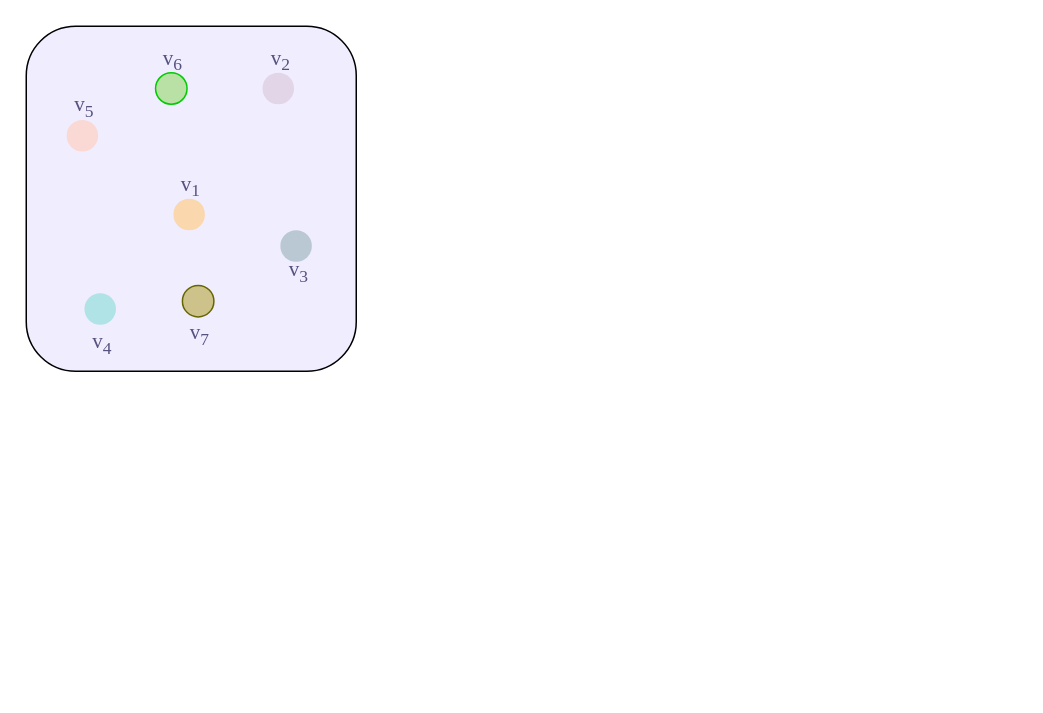
xuliji/EassyImage keeps this draw.io diagram as 图预处理模块.drawio. Above is the earlier version. Source tidied: cells renumbered, new cells numbered last; positions are measured from the earlier drawing's top-left corner, leaving out a move shared by most shapes. Both pictures are drawn from the tidied source at 150%, with x=0, y=0 at pixel (26, 26).
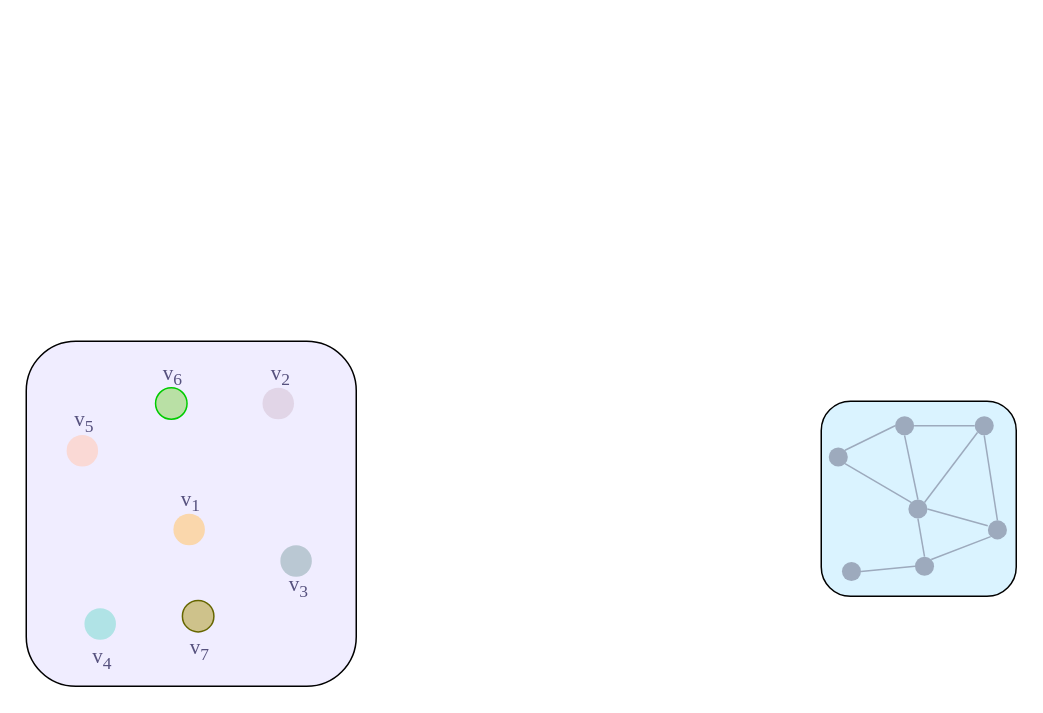
Above is the later version.

Commit message (it also covers changes not shown here):
更新图预处理模块.drawio

What changed in the source:
```diff
@@
+    <mxCell id="18" style="group;" parent="1" vertex="1">
+      <mxGeometry x="530" y="250" width="130" height="130" as="geometry" />
+    </mxCell>
+    <mxCell id="19" style="rounded=1;whiteSpace=wrap;html=1;shadow=0;sketch=0;strokeColor=default;strokeWidth=1;fontFamily=Times New Roman;fontSize=18;fontColor=#56517e;fillColor=#DAF3FF;" parent="18" vertex="1">
+      <mxGeometry width="130" height="130" as="geometry" />
+    </mxCell>
+    <mxCell id="20" style="group;" parent="18" vertex="1">
+      <mxGeometry x="5" y="10" width="120" height="110" as="geometry" />
+    </mxCell>
+    <mxCell id="21" style="ellipse;whiteSpace=wrap;html=1;fillColor=#9DAABD;strokeColor=none;direction=east;rounded=0;shadow=0;sketch=0;strokeWidth=2;fontFamily=Times New Roman;fontSize=18;fontColor=#56517e;" parent="20" vertex="1">
+      <mxGeometry x="97.3" width="12.7" height="12.7" as="geometry" />
+    </mxCell>
+    <mxCell id="22" style="ellipse;whiteSpace=wrap;html=1;fillColor=#9DAABD;strokeColor=none;rounded=0;shadow=0;sketch=0;strokeWidth=2;fontFamily=Times New Roman;fontSize=18;fontColor=#56517e;" parent="20" vertex="1">
+      <mxGeometry x="53.1" y="55.5" width="12.7" height="12.7" as="geometry" />
+    </mxCell>
+    <mxCell id="23" style="ellipse;whiteSpace=wrap;html=1;fillColor=#9DAABD;strokeColor=none;rounded=0;shadow=0;sketch=0;strokeWidth=2;fontFamily=Times New Roman;fontSize=18;fontColor=#56517e;" parent="20" vertex="1">
+      <mxGeometry x="106.1" y="69.4" width="12.7" height="12.7" as="geometry" />
+    </mxCell>
+    <mxCell id="24" style="ellipse;whiteSpace=wrap;html=1;fillColor=#9DAABD;strokeColor=none;rounded=0;shadow=0;sketch=0;strokeWidth=2;fontFamily=Times New Roman;fontSize=18;fontColor=#56517e;" parent="20" vertex="1">
+      <mxGeometry y="20.8" width="12.7" height="12.7" as="geometry" />
+    </mxCell>
+    <mxCell id="25" style="ellipse;whiteSpace=wrap;html=1;fillColor=#9DAABD;strokeColor=none;rounded=0;shadow=0;sketch=0;strokeWidth=2;fontFamily=Times New Roman;fontSize=18;fontColor=#56517e;" parent="20" vertex="1">
+      <mxGeometry x="8.8" y="97.1" width="12.7" height="12.7" as="geometry" />
+    </mxCell>
+    <mxCell id="26" style="ellipse;whiteSpace=wrap;html=1;fillColor=#9DAABD;strokeColor=none;rounded=0;shadow=0;sketch=0;strokeWidth=1;fontFamily=Times New Roman;fontSize=18;fontColor=#56517e;" parent="20" vertex="1">
+      <mxGeometry x="44.2" width="12.7" height="12.7" as="geometry" />
+    </mxCell>
+    <mxCell id="27" style="ellipse;whiteSpace=wrap;html=1;fillColor=#9DAABD;strokeColor=none;rounded=0;shadow=0;sketch=0;strokeWidth=1;fontFamily=Times New Roman;fontSize=18;" parent="20" vertex="1">
+      <mxGeometry x="57.5" y="93.6" width="12.7" height="12.7" as="geometry" />
+    </mxCell>
+    <mxCell id="28" style="endArrow=none;html=1;rounded=1;exitX=0.5;exitY=1;exitDx=0;exitDy=0;entryX=0.5;entryY=0;entryDx=0;entryDy=0;strokeColor=#9DAABD;" parent="20" edge="1" source="21" target="23">
+      <mxGeometry relative="1" as="geometry" />
+    </mxCell>
+    <mxCell id="29" style="endArrow=none;html=1;rounded=1;exitX=1;exitY=0.5;exitDx=0;exitDy=0;entryX=0;entryY=0.5;entryDx=0;entryDy=0;strokeColor=#9DAABD;" parent="20" edge="1" source="26" target="21">
+      <mxGeometry relative="1" as="geometry" />
+    </mxCell>
+    <mxCell id="30" style="endArrow=none;html=1;rounded=1;entryX=0;entryY=1;entryDx=0;entryDy=0;exitX=1;exitY=0;exitDx=0;exitDy=0;strokeColor=#9DAABD;" parent="20" edge="1" source="27" target="23">
+      <mxGeometry relative="1" as="geometry" />
+    </mxCell>
+    <mxCell id="31" style="endArrow=none;html=1;rounded=1;exitX=0.5;exitY=1;exitDx=0;exitDy=0;entryX=0.5;entryY=0;entryDx=0;entryDy=0;strokeColor=#9DAABD;" parent="20" edge="1" source="22" target="27">
+      <mxGeometry relative="1" as="geometry" />
+    </mxCell>
+    <mxCell id="32" style="endArrow=none;html=1;rounded=1;exitX=1;exitY=0;exitDx=0;exitDy=0;entryX=0;entryY=0.5;entryDx=0;entryDy=0;strokeColor=#9DAABD;" parent="20" edge="1" source="24" target="26">
+      <mxGeometry relative="1" as="geometry" />
+    </mxCell>
+    <mxCell id="33" style="endArrow=none;html=1;rounded=1;exitX=1;exitY=0.5;exitDx=0;exitDy=0;entryX=0;entryY=0.5;entryDx=0;entryDy=0;strokeColor=#9DAABD;" parent="20" edge="1" source="25" target="27">
+      <mxGeometry relative="1" as="geometry" />
+    </mxCell>
+    <mxCell id="34" style="endArrow=none;html=1;rounded=1;exitX=1;exitY=1;exitDx=0;exitDy=0;entryX=0;entryY=0;entryDx=0;entryDy=0;strokeColor=#9DAABD;" parent="20" edge="1" source="24" target="22">
+      <mxGeometry relative="1" as="geometry" />
+    </mxCell>
+    <mxCell id="35" style="endArrow=none;html=1;rounded=1;exitX=1;exitY=0.5;exitDx=0;exitDy=0;strokeColor=#9DAABD;" parent="20" edge="1" source="22">
+      <mxGeometry relative="1" as="geometry">
+        <mxPoint x="106" y="73" as="targetPoint" />
+      </mxGeometry>
+    </mxCell>
+    <mxCell id="36" style="endArrow=none;html=1;rounded=1;exitX=0.5;exitY=1;exitDx=0;exitDy=0;entryX=0.5;entryY=0;entryDx=0;entryDy=0;strokeColor=#9DAABD;" parent="20" edge="1" source="26" target="22">
+      <mxGeometry relative="1" as="geometry" />
+    </mxCell>
+    <mxCell id="37" style="endArrow=none;html=1;rounded=1;exitX=1;exitY=0;exitDx=0;exitDy=0;entryX=0;entryY=1;entryDx=0;entryDy=0;strokeColor=#9DAABD;" parent="20" edge="1" source="22" target="21">
+      <mxGeometry relative="1" as="geometry" />
+    </mxCell>
+    <mxCell id="38" style="group;" parent="1" vertex="1">
+      <mxGeometry y="210" width="220" height="230" as="geometry" />
+    </mxCell>
-    <mxCell id="2" style="rounded=1;whiteSpace=wrap;html=1;shadow=0;sketch=0;strokeColor=default;strokeWidth=1;fontFamily=Times New Roman;fontSize=18;fontColor=#56517e;fillColor=#F0EDFF;" parent="1" vertex="1">
+    <mxCell id="2" style="rounded=1;whiteSpace=wrap;html=1;shadow=0;sketch=0;strokeColor=default;strokeWidth=1;fontFamily=Times New Roman;fontSize=18;fontColor=#56517e;fillColor=#F0EDFF;" parent="38" vertex="1">
       <mxGeometry width="220" height="230" as="geometry" />
     </mxCell>
-    <mxCell id="3" style="group;" parent="1" vertex="1">
+    <mxCell id="3" style="group;" parent="38" vertex="1">
       <mxGeometry x="15" y="10" width="190" height="210" as="geometry" />
     </mxCell>
```
